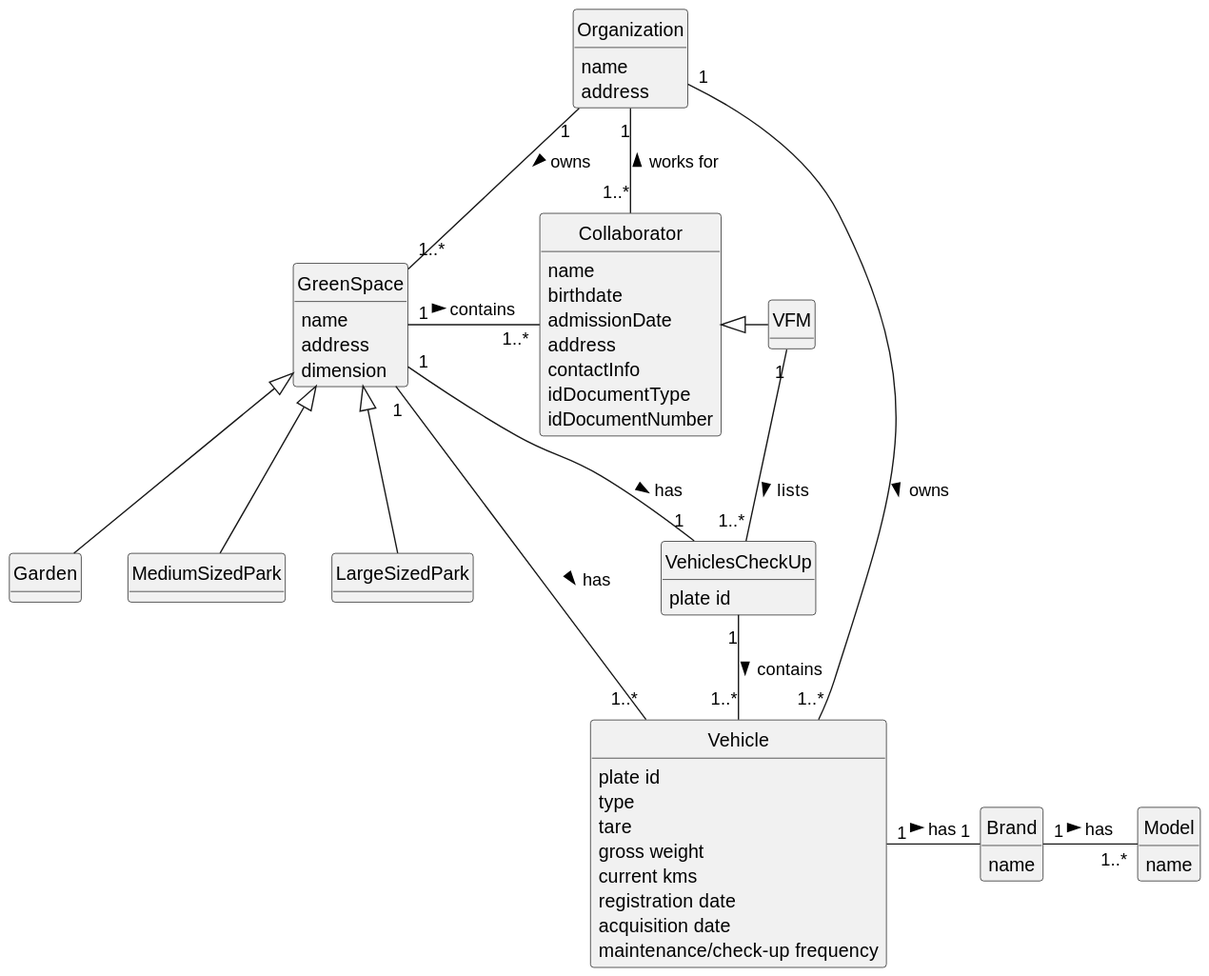
Earlier version of the PlantUML export docs/sprintA/us008/02.analysis/svg/us008-domain-model.svg (diogoveirospro/lei-24-s2-1dg-g072).
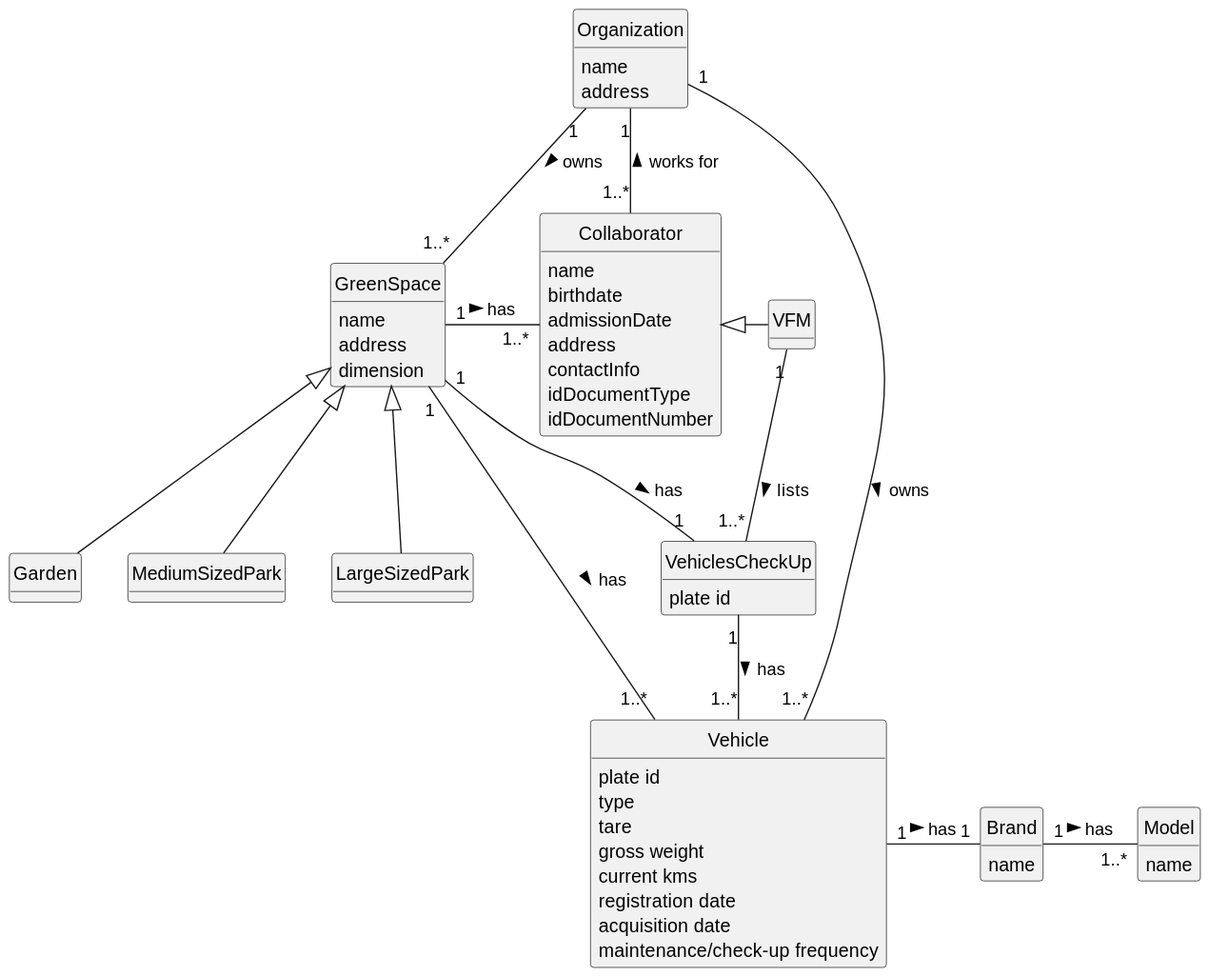
Above is the later version.

The edit, as a diff of the source:
```diff
@@ -73,8 +73,8 @@
 GreenSpace <|-- Garden
 GreenSpace <|-- MediumSizedPark
 GreenSpace <|-- LargeSizedPark
-GreenSpace "1" - "1..*" Collaborator: contains >
-VehiclesCheckUp "1" -- "1..*" Vehicle: contains >
+GreenSpace "1" - "1..*" Collaborator: has >
+VehiclesCheckUp "1" -- "1..*" Vehicle: has >
 GreenSpace "1" - "1..*" Vehicle: has >
 Organization "1" - "1..*" GreenSpace: owns >
 Organization "1" -- "1..*" Collaborator: works for <
```
